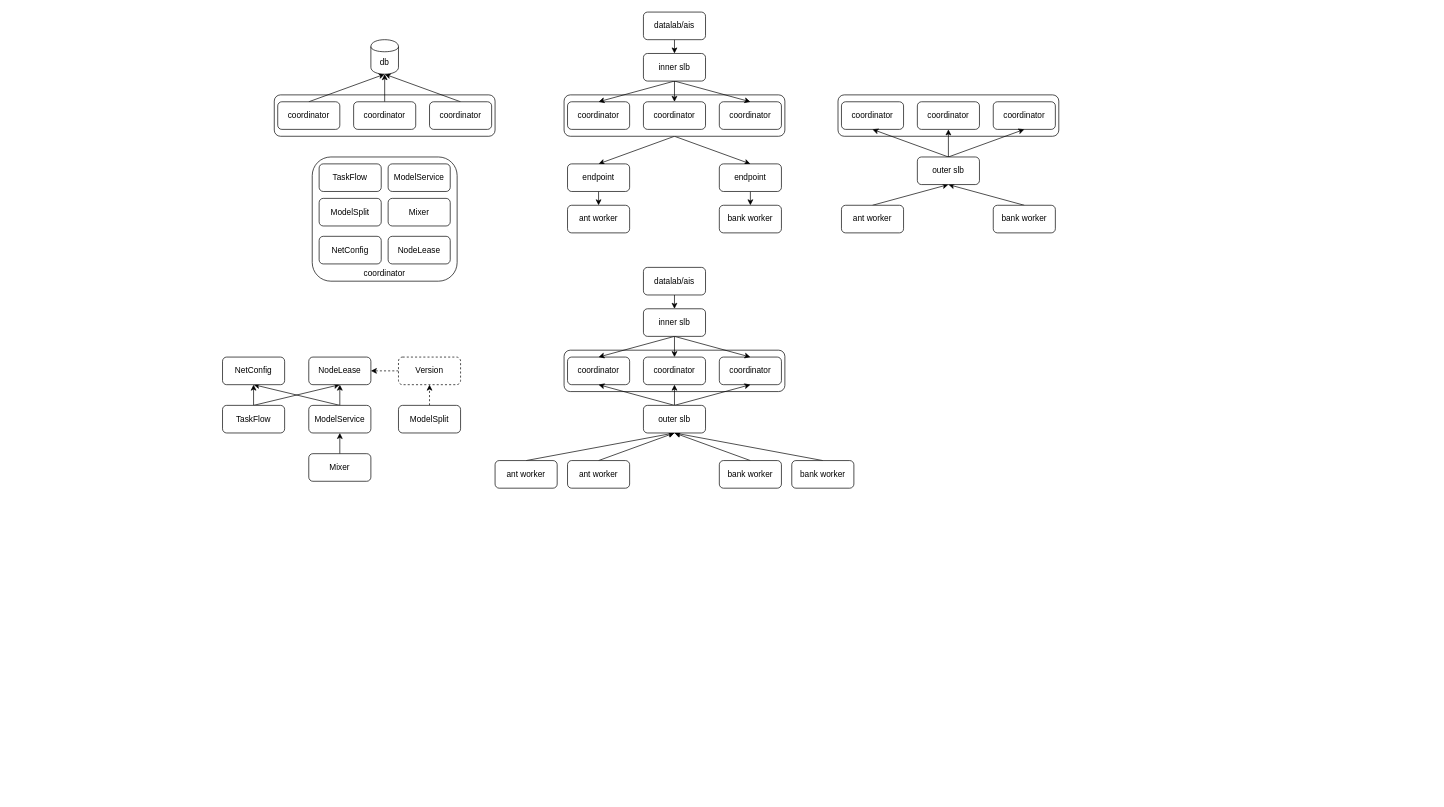
Earlier version of the draw.io diagram page "第 3 页" (3 of 3) of deployment.drawio (chlq1128/Mycode). Source tidied: cells renumbered, new cells numbered last; positions are measured from the earlier drawing's top-left corner, leaving out a move shared by most shapes. Both pictures are drawn from the tidied source at 69%, with x=0, y=0 at pixel (222, 12).
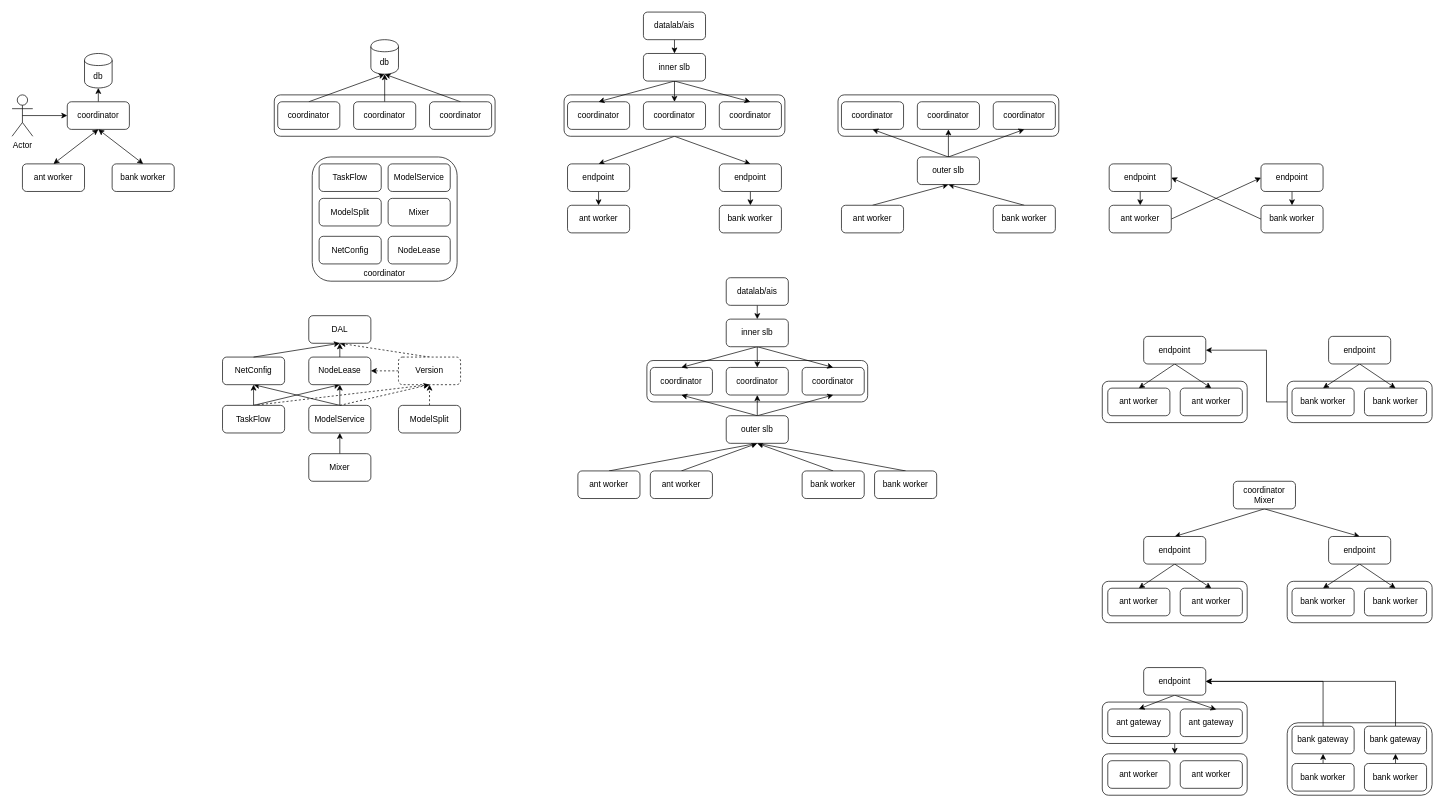
The same diagram, later.

The change refers to these unchanged cells:
```xml
<mxCell id="72" value="TaskFlow" style="rounded=1;whiteSpace=wrap;html=1;" parent="1" vertex="1">
  <mxGeometry y="570" width="90" height="40" as="geometry" />
</mxCell>
<mxCell id="75" value="ModelService" style="rounded=1;whiteSpace=wrap;html=1;" parent="1" vertex="1">
  <mxGeometry x="125" y="570" width="90" height="40" as="geometry" />
</mxCell>
<mxCell id="76" value="NetConfig" style="rounded=1;whiteSpace=wrap;html=1;" parent="1" vertex="1">
  <mxGeometry y="500" width="90" height="40" as="geometry" />
</mxCell>
<mxCell id="77" value="NodeLease" style="rounded=1;whiteSpace=wrap;html=1;" parent="1" vertex="1">
  <mxGeometry x="125" y="500" width="90" height="40" as="geometry" />
</mxCell>
<mxCell id="83" value="Version" style="rounded=1;whiteSpace=wrap;html=1;dashed=1;" parent="1" vertex="1">
  <mxGeometry x="255" y="500" width="90" height="40" as="geometry" />
</mxCell>
```

The edit, as a diff of the source:
```diff
@@
+    <mxCell id="84" style="edgeStyle=orthogonalEdgeStyle;rounded=0;jettySize=auto;html=1;exitX=0;exitY=0.5;exitDx=0;exitDy=0;entryX=1;entryY=0.5;entryDx=0;entryDy=0;startArrow=none;startFill=0;" parent="1" edge="1" source="85" target="116">
+      <mxGeometry relative="1" as="geometry">
+        <Array as="points">
+          <mxPoint x="1513" y="565" />
+          <mxPoint x="1513" y="490" />
+        </Array>
+      </mxGeometry>
+    </mxCell>
+    <mxCell id="85" style="rounded=1;whiteSpace=wrap;html=1;" parent="1" vertex="1">
+      <mxGeometry x="1543" y="535" width="210" height="60" as="geometry" />
+    </mxCell>
+    <mxCell id="86" style="rounded=1;whiteSpace=wrap;html=1;" parent="1" vertex="1">
+      <mxGeometry x="1275" y="535" width="210" height="60" as="geometry" />
+    </mxCell>
@@
     <mxCell id="41" style="rounded=1;whiteSpace=wrap;html=1;" parent="1" vertex="1">
-      <mxGeometry x="495" y="490" width="320" height="60" as="geometry" />
+      <mxGeometry x="615" y="505" width="320" height="60" as="geometry" />
     </mxCell>
     <mxCell id="42" value="coordinator" style="rounded=1;whiteSpace=wrap;html=1;" parent="1" vertex="1">
-      <mxGeometry x="500" y="500" width="90" height="40" as="geometry" />
+      <mxGeometry x="620" y="515" width="90" height="40" as="geometry" />
     </mxCell>
     <mxCell id="43" value="coordinator" style="rounded=1;whiteSpace=wrap;html=1;" parent="1" vertex="1">
-      <mxGeometry x="610" y="500" width="90" height="40" as="geometry" />
+      <mxGeometry x="730" y="515" width="90" height="40" as="geometry" />
     </mxCell>
     <mxCell id="44" value="coordinator" style="rounded=1;whiteSpace=wrap;html=1;" parent="1" vertex="1">
-      <mxGeometry x="720" y="500" width="90" height="40" as="geometry" />
+      <mxGeometry x="840" y="515" width="90" height="40" as="geometry" />
     </mxCell>
@@
     <mxCell id="48" value="inner slb" style="rounded=1;whiteSpace=wrap;html=1;" parent="1" vertex="1">
-      <mxGeometry x="610" y="430" width="90" height="40" as="geometry" />
+      <mxGeometry x="730" y="445" width="90" height="40" as="geometry" />
     </mxCell>
@@
     <mxCell id="50" value="datalab/ais" style="rounded=1;whiteSpace=wrap;html=1;" parent="1" vertex="1">
-      <mxGeometry x="610" y="370" width="90" height="40" as="geometry" />
+      <mxGeometry x="730" y="385" width="90" height="40" as="geometry" />
     </mxCell>
@@
     <mxCell id="52" value="ant worker" style="rounded=1;whiteSpace=wrap;html=1;" parent="1" vertex="1">
-      <mxGeometry x="500" y="650" width="90" height="40" as="geometry" />
+      <mxGeometry x="620" y="665" width="90" height="40" as="geometry" />
     </mxCell>
@@
     <mxCell id="54" value="bank worker" style="rounded=1;whiteSpace=wrap;html=1;" parent="1" vertex="1">
-      <mxGeometry x="720" y="650" width="90" height="40" as="geometry" />
+      <mxGeometry x="840" y="665" width="90" height="40" as="geometry" />
     </mxCell>
@@
     <mxCell id="56" value="ant worker" style="rounded=1;whiteSpace=wrap;html=1;" parent="1" vertex="1">
-      <mxGeometry x="395" y="650" width="90" height="40" as="geometry" />
+      <mxGeometry x="515" y="665" width="90" height="40" as="geometry" />
     </mxCell>
@@
     <mxCell id="58" value="bank worker" style="rounded=1;whiteSpace=wrap;html=1;" parent="1" vertex="1">
-      <mxGeometry x="825" y="650" width="90" height="40" as="geometry" />
+      <mxGeometry x="945" y="665" width="90" height="40" as="geometry" />
     </mxCell>
@@
     <mxCell id="62" value="outer slb" style="rounded=1;whiteSpace=wrap;html=1;" parent="1" vertex="1">
-      <mxGeometry x="610" y="570" width="90" height="40" as="geometry" />
+      <mxGeometry x="730" y="585" width="90" height="40" as="geometry" />
     </mxCell>
@@
+    <mxCell id="87" style="edgeStyle=none;rounded=0;jettySize=auto;html=1;exitX=0.5;exitY=0;exitDx=0;exitDy=0;entryX=0.5;entryY=1;entryDx=0;entryDy=0;dashed=1;startArrow=none;startFill=0;" parent="1" edge="1" source="72" target="83">
+      <mxGeometry relative="1" as="geometry" />
+    </mxCell>
@@
+    <mxCell id="88" style="edgeStyle=none;rounded=0;jettySize=auto;html=1;exitX=0.5;exitY=0;exitDx=0;exitDy=0;entryX=0.5;entryY=1;entryDx=0;entryDy=0;startArrow=none;startFill=0;" parent="1" edge="1" source="77" target="100">
+      <mxGeometry relative="1" as="geometry" />
+    </mxCell>
@@
+    <mxCell id="89" style="edgeStyle=none;rounded=0;jettySize=auto;html=1;exitX=0.5;exitY=0;exitDx=0;exitDy=0;entryX=0.5;entryY=1;entryDx=0;entryDy=0;startArrow=none;startFill=0;dashed=1;" parent="1" edge="1" source="83" target="100">
+      <mxGeometry relative="1" as="geometry" />
+    </mxCell>
@@
+    <mxCell id="90" style="edgeStyle=none;rounded=0;jettySize=auto;html=1;exitX=0.5;exitY=0;exitDx=0;exitDy=0;entryX=0.5;entryY=1;entryDx=0;entryDy=0;" parent="1" edge="1" source="91" target="92">
+      <mxGeometry relative="1" as="geometry" />
+    </mxCell>
+    <mxCell id="91" value="coordinator" style="rounded=1;whiteSpace=wrap;html=1;" parent="1" vertex="1">
+      <mxGeometry x="-225" y="130" width="90" height="40" as="geometry" />
+    </mxCell>
+    <mxCell id="92" value="db" style="shape=cylinder;whiteSpace=wrap;html=1;boundedLbl=1;backgroundOutline=1;" parent="1" vertex="1">
+      <mxGeometry x="-200" y="60" width="40" height="50" as="geometry" />
+    </mxCell>
+    <mxCell id="93" style="edgeStyle=none;rounded=0;jettySize=auto;html=1;exitX=0.5;exitY=0.5;exitDx=0;exitDy=0;exitPerimeter=0;entryX=0;entryY=0.5;entryDx=0;entryDy=0;" parent="1" edge="1" source="94" target="91">
+      <mxGeometry relative="1" as="geometry" />
+    </mxCell>
+    <mxCell id="94" value="Actor" style="shape=umlActor;verticalLabelPosition=bottom;labelBackgroundColor=#ffffff;verticalAlign=top;html=1;outlineConnect=0;align=center;" parent="1" vertex="1">
+      <mxGeometry x="-305" y="120" width="30" height="60" as="geometry" />
+    </mxCell>
+    <mxCell id="95" style="edgeStyle=none;rounded=0;jettySize=auto;html=1;exitX=0.5;exitY=0;exitDx=0;exitDy=0;entryX=0.5;entryY=1;entryDx=0;entryDy=0;startArrow=classic;startFill=1;" parent="1" edge="1" source="96" target="91">
+      <mxGeometry relative="1" as="geometry" />
+    </mxCell>
+    <mxCell id="96" value="ant worker" style="rounded=1;whiteSpace=wrap;html=1;" parent="1" vertex="1">
+      <mxGeometry x="-290" y="220" width="90" height="40" as="geometry" />
+    </mxCell>
+    <mxCell id="97" style="edgeStyle=none;rounded=0;jettySize=auto;html=1;exitX=0.5;exitY=0;exitDx=0;exitDy=0;entryX=0.5;entryY=1;entryDx=0;entryDy=0;startArrow=classic;startFill=1;" parent="1" edge="1" source="98" target="91">
+      <mxGeometry relative="1" as="geometry" />
+    </mxCell>
+    <mxCell id="98" value="bank worker" style="rounded=1;whiteSpace=wrap;html=1;" parent="1" vertex="1">
+      <mxGeometry x="-160" y="220" width="90" height="40" as="geometry" />
+    </mxCell>
+    <mxCell id="99" style="edgeStyle=none;rounded=0;jettySize=auto;html=1;exitX=0.5;exitY=0;exitDx=0;exitDy=0;entryX=0.5;entryY=1;entryDx=0;entryDy=0;startArrow=none;startFill=0;dashed=1;" parent="1" edge="1" source="75" target="83">
+      <mxGeometry relative="1" as="geometry" />
+    </mxCell>
+    <mxCell id="100" value="DAL" style="rounded=1;whiteSpace=wrap;html=1;" parent="1" vertex="1">
+      <mxGeometry x="125" y="440" width="90" height="40" as="geometry" />
+    </mxCell>
+    <mxCell id="101" style="edgeStyle=none;rounded=0;jettySize=auto;html=1;exitX=0.5;exitY=0;exitDx=0;exitDy=0;entryX=0.5;entryY=1;entryDx=0;entryDy=0;startArrow=none;startFill=0;" parent="1" edge="1" source="76" target="100">
+      <mxGeometry relative="1" as="geometry" />
+    </mxCell>
+    <mxCell id="102" style="edgeStyle=none;rounded=0;jettySize=auto;html=1;exitX=1;exitY=0.5;exitDx=0;exitDy=0;entryX=0;entryY=0.5;entryDx=0;entryDy=0;startArrow=none;startFill=0;" parent="1" edge="1" source="103" target="109">
+      <mxGeometry relative="1" as="geometry" />
+    </mxCell>
+    <mxCell id="103" value="ant worker" style="rounded=1;whiteSpace=wrap;html=1;" parent="1" vertex="1">
+      <mxGeometry x="1285" y="280" width="90" height="40" as="geometry" />
+    </mxCell>
+    <mxCell id="104" style="edgeStyle=none;rounded=0;jettySize=auto;html=1;exitX=0;exitY=0.5;exitDx=0;exitDy=0;entryX=1;entryY=0.5;entryDx=0;entryDy=0;startArrow=none;startFill=0;" parent="1" edge="1" source="105" target="107">
+      <mxGeometry relative="1" as="geometry" />
+    </mxCell>
+    <mxCell id="105" value="bank worker" style="rounded=1;whiteSpace=wrap;html=1;" parent="1" vertex="1">
+      <mxGeometry x="1505" y="280" width="90" height="40" as="geometry" />
+    </mxCell>
+    <mxCell id="106" style="edgeStyle=none;rounded=0;jettySize=auto;html=1;exitX=0.5;exitY=1;exitDx=0;exitDy=0;entryX=0.5;entryY=0;entryDx=0;entryDy=0;" parent="1" edge="1" source="107" target="103">
+      <mxGeometry relative="1" as="geometry" />
+    </mxCell>
+    <mxCell id="107" value="endpoint" style="rounded=1;whiteSpace=wrap;html=1;" parent="1" vertex="1">
+      <mxGeometry x="1285" y="220" width="90" height="40" as="geometry" />
+    </mxCell>
+    <mxCell id="108" style="edgeStyle=none;rounded=0;jettySize=auto;html=1;exitX=0.5;exitY=1;exitDx=0;exitDy=0;entryX=0.5;entryY=0;entryDx=0;entryDy=0;" parent="1" edge="1" source="109" target="105">
+      <mxGeometry relative="1" as="geometry" />
+    </mxCell>
+    <mxCell id="109" value="endpoint" style="rounded=1;whiteSpace=wrap;html=1;" parent="1" vertex="1">
+      <mxGeometry x="1505" y="220" width="90" height="40" as="geometry" />
+    </mxCell>
+    <mxCell id="110" value="ant worker" style="rounded=1;whiteSpace=wrap;html=1;" parent="1" vertex="1">
+      <mxGeometry x="1388" y="545" width="90" height="40" as="geometry" />
+    </mxCell>
+    <mxCell id="111" value="bank worker" style="rounded=1;whiteSpace=wrap;html=1;" parent="1" vertex="1">
+      <mxGeometry x="1550" y="545" width="90" height="40" as="geometry" />
+    </mxCell>
+    <mxCell id="112" value="ant worker" style="rounded=1;whiteSpace=wrap;html=1;" parent="1" vertex="1">
+      <mxGeometry x="1283" y="545" width="90" height="40" as="geometry" />
+    </mxCell>
+    <mxCell id="113" value="bank worker" style="rounded=1;whiteSpace=wrap;html=1;" parent="1" vertex="1">
+      <mxGeometry x="1655" y="545" width="90" height="40" as="geometry" />
+    </mxCell>
+    <mxCell id="114" style="edgeStyle=none;rounded=0;jettySize=auto;html=1;exitX=0.5;exitY=1;exitDx=0;exitDy=0;entryX=0.5;entryY=0;entryDx=0;entryDy=0;startArrow=none;startFill=0;" parent="1" edge="1" source="116" target="112">
+      <mxGeometry relative="1" as="geometry" />
+    </mxCell>
+    <mxCell id="115" style="edgeStyle=none;rounded=0;jettySize=auto;html=1;exitX=0.5;exitY=1;exitDx=0;exitDy=0;entryX=0.5;entryY=0;entryDx=0;entryDy=0;startArrow=none;startFill=0;" parent="1" edge="1" source="116" target="110">
+      <mxGeometry relative="1" as="geometry" />
+    </mxCell>
+    <mxCell id="116" value="endpoint" style="rounded=1;whiteSpace=wrap;html=1;" parent="1" vertex="1">
+      <mxGeometry x="1335" y="470" width="90" height="40" as="geometry" />
+    </mxCell>
+    <mxCell id="117" style="edgeStyle=none;rounded=0;jettySize=auto;html=1;exitX=0.5;exitY=1;exitDx=0;exitDy=0;entryX=0.5;entryY=0;entryDx=0;entryDy=0;startArrow=none;startFill=0;" parent="1" edge="1" source="119" target="111">
+      <mxGeometry relative="1" as="geometry" />
+    </mxCell>
+    <mxCell id="118" style="edgeStyle=none;rounded=0;jettySize=auto;html=1;exitX=0.5;exitY=1;exitDx=0;exitDy=0;entryX=0.5;entryY=0;entryDx=0;entryDy=0;startArrow=none;startFill=0;" parent="1" edge="1" source="119" target="113">
+      <mxGeometry relative="1" as="geometry" />
+    </mxCell>
+    <mxCell id="119" value="endpoint" style="rounded=1;whiteSpace=wrap;html=1;" parent="1" vertex="1">
+      <mxGeometry x="1603" y="470" width="90" height="40" as="geometry" />
+    </mxCell>
+    <mxCell id="120" style="rounded=0;jettySize=auto;html=1;exitX=0.5;exitY=1;exitDx=0;exitDy=0;entryX=0.5;entryY=0;entryDx=0;entryDy=0;startArrow=none;startFill=0;" parent="1" edge="1" source="122" target="131">
+      <mxGeometry relative="1" as="geometry" />
+    </mxCell>
+    <mxCell id="121" style="edgeStyle=none;rounded=0;jettySize=auto;html=1;exitX=0.5;exitY=1;exitDx=0;exitDy=0;entryX=0.5;entryY=0;entryDx=0;entryDy=0;startArrow=none;startFill=0;" parent="1" edge="1" source="122" target="134">
+      <mxGeometry relative="1" as="geometry" />
+    </mxCell>
+    <mxCell id="122" value="coordinator&lt;br&gt;Mixer" style="rounded=1;whiteSpace=wrap;html=1;" parent="1" vertex="1">
+      <mxGeometry x="1465" y="680" width="90" height="40" as="geometry" />
+    </mxCell>
+    <mxCell id="123" style="rounded=1;whiteSpace=wrap;html=1;" parent="1" vertex="1">
+      <mxGeometry x="1543" y="825" width="210" height="60" as="geometry" />
+    </mxCell>
+    <mxCell id="124" style="rounded=1;whiteSpace=wrap;html=1;" parent="1" vertex="1">
+      <mxGeometry x="1275" y="825" width="210" height="60" as="geometry" />
+    </mxCell>
+    <mxCell id="125" value="ant worker" style="rounded=1;whiteSpace=wrap;html=1;" parent="1" vertex="1">
+      <mxGeometry x="1388" y="835" width="90" height="40" as="geometry" />
+    </mxCell>
+    <mxCell id="126" value="bank worker" style="rounded=1;whiteSpace=wrap;html=1;" parent="1" vertex="1">
+      <mxGeometry x="1550" y="835" width="90" height="40" as="geometry" />
+    </mxCell>
+    <mxCell id="127" value="ant worker" style="rounded=1;whiteSpace=wrap;html=1;" parent="1" vertex="1">
+      <mxGeometry x="1283" y="835" width="90" height="40" as="geometry" />
+    </mxCell>
+    <mxCell id="128" value="bank worker" style="rounded=1;whiteSpace=wrap;html=1;" parent="1" vertex="1">
+      <mxGeometry x="1655" y="835" width="90" height="40" as="geometry" />
+    </mxCell>
+    <mxCell id="129" style="edgeStyle=none;rounded=0;jettySize=auto;html=1;exitX=0.5;exitY=1;exitDx=0;exitDy=0;entryX=0.5;entryY=0;entryDx=0;entryDy=0;startArrow=none;startFill=0;" parent="1" edge="1" source="131" target="127">
+      <mxGeometry relative="1" as="geometry" />
+    </mxCell>
+    <mxCell id="130" style="edgeStyle=none;rounded=0;jettySize=auto;html=1;exitX=0.5;exitY=1;exitDx=0;exitDy=0;entryX=0.5;entryY=0;entryDx=0;entryDy=0;startArrow=none;startFill=0;" parent="1" edge="1" source="131" target="125">
+      <mxGeometry relative="1" as="geometry" />
+    </mxCell>
+    <mxCell id="131" value="endpoint" style="rounded=1;whiteSpace=wrap;html=1;" parent="1" vertex="1">
+      <mxGeometry x="1335" y="760" width="90" height="40" as="geometry" />
+    </mxCell>
+    <mxCell id="132" style="edgeStyle=none;rounded=0;jettySize=auto;html=1;exitX=0.5;exitY=1;exitDx=0;exitDy=0;entryX=0.5;entryY=0;entryDx=0;entryDy=0;startArrow=none;startFill=0;" parent="1" edge="1" source="134" target="126">
+      <mxGeometry relative="1" as="geometry" />
+    </mxCell>
+    <mxCell id="133" style="edgeStyle=none;rounded=0;jettySize=auto;html=1;exitX=0.5;exitY=1;exitDx=0;exitDy=0;entryX=0.5;entryY=0;entryDx=0;entryDy=0;startArrow=none;startFill=0;" parent="1" edge="1" source="134" target="128">
+      <mxGeometry relative="1" as="geometry" />
+    </mxCell>
+    <mxCell id="134" value="endpoint" style="rounded=1;whiteSpace=wrap;html=1;" parent="1" vertex="1">
+      <mxGeometry x="1603" y="760" width="90" height="40" as="geometry" />
+    </mxCell>
+    <mxCell id="135" style="rounded=1;whiteSpace=wrap;html=1;" parent="1" vertex="1">
+      <mxGeometry x="1543" y="1030" width="210" height="105" as="geometry" />
+    </mxCell>
+    <mxCell id="136" style="rounded=1;whiteSpace=wrap;html=1;" parent="1" vertex="1">
+      <mxGeometry x="1275" y="1075" width="210" height="60" as="geometry" />
+    </mxCell>
+    <mxCell id="137" value="ant worker" style="rounded=1;whiteSpace=wrap;html=1;" parent="1" vertex="1">
+      <mxGeometry x="1388" y="1085" width="90" height="40" as="geometry" />
+    </mxCell>
+    <mxCell id="138" style="edgeStyle=none;rounded=0;jettySize=auto;html=1;exitX=0.5;exitY=0;exitDx=0;exitDy=0;entryX=0.5;entryY=1;entryDx=0;entryDy=0;startArrow=none;startFill=0;" parent="1" edge="1" source="139" target="144">
+      <mxGeometry relative="1" as="geometry" />
+    </mxCell>
+    <mxCell id="139" value="bank worker" style="rounded=1;whiteSpace=wrap;html=1;" parent="1" vertex="1">
+      <mxGeometry x="1550" y="1089" width="90" height="40" as="geometry" />
+    </mxCell>
+    <mxCell id="140" value="ant worker" style="rounded=1;whiteSpace=wrap;html=1;" parent="1" vertex="1">
+      <mxGeometry x="1283" y="1085" width="90" height="40" as="geometry" />
+    </mxCell>
+    <mxCell id="141" style="edgeStyle=none;rounded=0;jettySize=auto;html=1;exitX=0.5;exitY=0;exitDx=0;exitDy=0;entryX=0.5;entryY=1;entryDx=0;entryDy=0;startArrow=none;startFill=0;" parent="1" edge="1" source="142" target="146">
+      <mxGeometry relative="1" as="geometry" />
+    </mxCell>
+    <mxCell id="142" value="bank worker" style="rounded=1;whiteSpace=wrap;html=1;" parent="1" vertex="1">
+      <mxGeometry x="1655" y="1089" width="90" height="40" as="geometry" />
+    </mxCell>
+    <mxCell id="143" style="edgeStyle=orthogonalEdgeStyle;rounded=0;jettySize=auto;html=1;exitX=0.5;exitY=0;exitDx=0;exitDy=0;entryX=1;entryY=0.5;entryDx=0;entryDy=0;startArrow=none;startFill=0;" parent="1" edge="1" source="144" target="153">
+      <mxGeometry relative="1" as="geometry" />
+    </mxCell>
+    <mxCell id="144" value="bank gateway" style="rounded=1;whiteSpace=wrap;html=1;" parent="1" vertex="1">
+      <mxGeometry x="1550" y="1035" width="90" height="40" as="geometry" />
+    </mxCell>
+    <mxCell id="145" style="edgeStyle=orthogonalEdgeStyle;rounded=0;jettySize=auto;html=1;exitX=0.5;exitY=0;exitDx=0;exitDy=0;entryX=1;entryY=0.5;entryDx=0;entryDy=0;startArrow=none;startFill=0;" parent="1" edge="1" source="146" target="153">
+      <mxGeometry relative="1" as="geometry" />
+    </mxCell>
+    <mxCell id="146" value="bank gateway" style="rounded=1;whiteSpace=wrap;html=1;" parent="1" vertex="1">
+      <mxGeometry x="1655" y="1035" width="90" height="40" as="geometry" />
+    </mxCell>
+    <mxCell id="147" style="edgeStyle=none;rounded=0;jettySize=auto;html=1;exitX=0.5;exitY=1;exitDx=0;exitDy=0;entryX=0.5;entryY=0;entryDx=0;entryDy=0;startArrow=none;startFill=0;" parent="1" edge="1" source="148" target="136">
+      <mxGeometry relative="1" as="geometry" />
+    </mxCell>
+    <mxCell id="148" style="rounded=1;whiteSpace=wrap;html=1;" parent="1" vertex="1">
+      <mxGeometry x="1275" y="1000" width="210" height="60" as="geometry" />
+    </mxCell>
+    <mxCell id="149" value="ant gateway" style="rounded=1;whiteSpace=wrap;html=1;" parent="1" vertex="1">
+      <mxGeometry x="1388" y="1010" width="90" height="40" as="geometry" />
+    </mxCell>
+    <mxCell id="150" value="ant gateway" style="rounded=1;whiteSpace=wrap;html=1;" parent="1" vertex="1">
+      <mxGeometry x="1283" y="1010" width="90" height="40" as="geometry" />
+    </mxCell>
+    <mxCell id="151" style="rounded=0;jettySize=auto;html=1;exitX=0.5;exitY=1;exitDx=0;exitDy=0;entryX=0.5;entryY=0;entryDx=0;entryDy=0;startArrow=none;startFill=0;" parent="1" edge="1" source="153" target="150">
+      <mxGeometry relative="1" as="geometry" />
+    </mxCell>
+    <mxCell id="152" style="edgeStyle=none;rounded=0;jettySize=auto;html=1;exitX=0.5;exitY=1;exitDx=0;exitDy=0;entryX=0.58;entryY=0.022;entryDx=0;entryDy=0;entryPerimeter=0;startArrow=none;startFill=0;" parent="1" edge="1" source="153" target="149">
+      <mxGeometry relative="1" as="geometry" />
+    </mxCell>
+    <mxCell id="153" value="endpoint" style="rounded=1;whiteSpace=wrap;html=1;" parent="1" vertex="1">
+      <mxGeometry x="1335" y="950" width="90" height="40" as="geometry" />
+    </mxCell>
```
